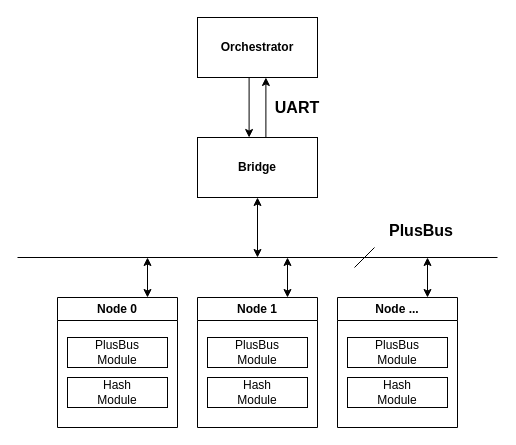
Before: figures/prototype/high_level_overview/high_level_overview.drawio in Niclasapdk/ESD3_project, a draw.io diagram. Source tidied: cells renumbered, new cells numbered last; positions are measured from the earlier drawing's top-left corner, leaving out a move shared by most shapes. Both pictures are drawn from the tidied source at 100%, with x=0, y=0 at pixel (17, 17).
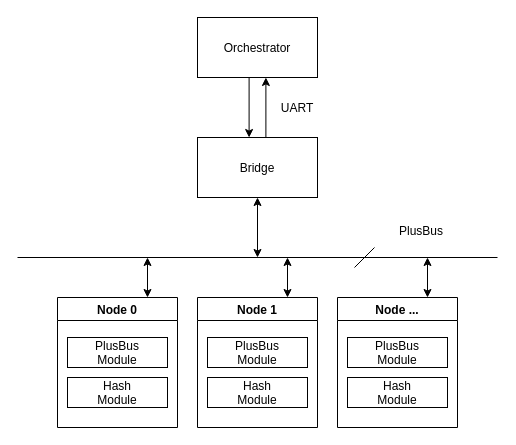
The same page after the edit.

The edit, as a diff of the source:
```diff
@@
-    <mxCell id="2" value="&lt;b&gt;Orchestrator&lt;/b&gt;" style="rounded=0;whiteSpace=wrap;html=1;points=[[0,0,0,0,0],[0,0.25,0,0,0],[0,0.5,0,0,0],[0,0.75,0,0,0],[0,1,0,0,0],[0.14,1,0,0,0],[0.25,0,0,0,0],[0.29,1,0,0,0],[0.43,1,0,0,0],[0.5,0,0,0,0],[0.57,1,0,0,0],[0.71,1,0,0,0],[0.75,0,0,0,0],[0.86,1,0,0,0],[1,0,0,0,0],[1,0.25,0,0,0],[1,0.5,0,0,0],[1,0.75,0,0,0],[1,1,0,0,0]];" parent="1" vertex="1">
+    <mxCell id="2" value="Orchestrator" style="rounded=0;points=[[0,0,0,0,0],[0,0.25,0,0,0],[0,0.5,0,0,0],[0,0.75,0,0,0],[0,1,0,0,0],[0.14,1,0,0,0],[0.25,0,0,0,0],[0.29,1,0,0,0],[0.43,1,0,0,0],[0.5,0,0,0,0],[0.57,1,0,0,0],[0.71,1,0,0,0],[0.75,0,0,0,0],[0.86,1,0,0,0],[1,0,0,0,0],[1,0.25,0,0,0],[1,0.5,0,0,0],[1,0.75,0,0,0],[1,1,0,0,0]];" parent="1" vertex="1">
       <mxGeometry x="180" width="120" height="60" as="geometry" />
     </mxCell>
-    <mxCell id="3" value="&lt;b&gt;Bridge&lt;/b&gt;" style="rounded=0;whiteSpace=wrap;html=1;points=[[0,0,0,0,0],[0,0.25,0,0,0],[0,0.5,0,0,0],[0,0.75,0,0,0],[0,1,0,0,0],[0.14,0,0,0,0],[0.25,1,0,0,0],[0.29,0,0,0,0],[0.43,0,0,0,0],[0.5,1,0,0,0],[0.57,0,0,0,0],[0.71,0,0,0,0],[0.75,1,0,0,0],[0.86,0,0,0,0],[1,0,0,0,0],[1,0.25,0,0,0],[1,0.5,0,0,0],[1,0.75,0,0,0],[1,1,0,0,0]];" parent="1" vertex="1">
+    <mxCell id="3" value="Bridge" style="rounded=0;points=[[0,0,0,0,0],[0,0.25,0,0,0],[0,0.5,0,0,0],[0,0.75,0,0,0],[0,1,0,0,0],[0.14,0,0,0,0],[0.25,1,0,0,0],[0.29,0,0,0,0],[0.43,0,0,0,0],[0.5,1,0,0,0],[0.57,0,0,0,0],[0.71,0,0,0,0],[0.75,1,0,0,0],[0.86,0,0,0,0],[1,0,0,0,0],[1,0.25,0,0,0],[1,0.5,0,0,0],[1,0.75,0,0,0],[1,1,0,0,0]];" parent="1" vertex="1">
       <mxGeometry x="180" y="120" width="120" height="60" as="geometry" />
     </mxCell>
-    <mxCell id="4" style="endArrow=classic;html=1;rounded=0;exitX=0.43;exitY=1;exitDx=0;exitDy=0;entryX=0.43;entryY=0;entryDx=0;entryDy=0;exitPerimeter=0;entryPerimeter=0;" parent="1" edge="1" source="2" target="3">
+    <mxCell id="4" style="endArrow=classic;rounded=0;exitX=0.43;exitY=1;exitDx=0;exitDy=0;entryX=0.43;entryY=0;entryDx=0;entryDy=0;exitPerimeter=0;entryPerimeter=0;" parent="1" edge="1" source="2" target="3">
       <mxGeometry relative="1" as="geometry" />
     </mxCell>
-    <mxCell id="5" style="endArrow=classic;html=1;rounded=0;exitX=0.57;exitY=0;exitDx=0;exitDy=0;entryX=0.57;entryY=1;entryDx=0;entryDy=0;entryPerimeter=0;exitPerimeter=0;" parent="1" edge="1" source="3" target="2">
+    <mxCell id="5" style="endArrow=classic;rounded=0;exitX=0.57;exitY=0;exitDx=0;exitDy=0;entryX=0.57;entryY=1;entryDx=0;entryDy=0;entryPerimeter=0;exitPerimeter=0;" parent="1" edge="1" source="3" target="2">
       <mxGeometry relative="1" as="geometry" />
     </mxCell>
-    <mxCell id="6" value="&lt;b&gt;&lt;font style=&quot;font-size: 16px;&quot;&gt;UART&lt;/font&gt;&lt;/b&gt;" style="text;html=1;strokeColor=none;fillColor=none;align=center;verticalAlign=middle;whiteSpace=wrap;rounded=0;" parent="1" vertex="1">
+    <mxCell id="6" value="UART" style="text;strokeColor=none;fillColor=none;align=center;verticalAlign=middle;rounded=0;" parent="1" vertex="1">
       <mxGeometry x="260" y="80" width="40" height="20" as="geometry" />
     </mxCell>
-    <mxCell id="7" style="endArrow=none;html=1;rounded=0;" parent="1" edge="1">
+    <mxCell id="7" style="endArrow=none;rounded=0;" parent="1" edge="1">
       <mxGeometry relative="1" as="geometry">
         <mxPoint y="240" as="sourcePoint" />
         <mxPoint x="480" y="240" as="targetPoint" />
       </mxGeometry>
     </mxCell>
-    <mxCell id="8" style="endArrow=classic;startArrow=classic;html=1;rounded=0;entryX=0.5;entryY=1;entryDx=0;entryDy=0;entryPerimeter=0;" parent="1" edge="1" target="3">
+    <mxCell id="8" style="endArrow=classic;startArrow=classic;rounded=0;entryX=0.5;entryY=1;entryDx=0;entryDy=0;entryPerimeter=0;" parent="1" edge="1" target="3">
       <mxGeometry relative="1" as="geometry">
         <mxPoint x="240" y="240" as="sourcePoint" />
       </mxGeometry>
     </mxCell>
-    <mxCell id="9" value="&lt;font style=&quot;font-size: 16px;&quot;&gt;&lt;b&gt;PlusBus&lt;/b&gt;&lt;/font&gt;" style="text;html=1;strokeColor=none;fillColor=none;align=center;verticalAlign=middle;whiteSpace=wrap;rounded=0;" parent="1" vertex="1">
+    <mxCell id="9" value="PlusBus" style="text;strokeColor=none;fillColor=none;align=center;verticalAlign=middle;rounded=0;" parent="1" vertex="1">
       <mxGeometry x="369" y="193" width="70" height="40" as="geometry" />
     </mxCell>
-    <mxCell id="10" style="endArrow=none;html=1;rounded=0;" parent="1" edge="1">
+    <mxCell id="10" style="endArrow=none;rounded=0;" parent="1" edge="1">
       <mxGeometry relative="1" as="geometry">
         <mxPoint x="337" y="250" as="sourcePoint" />
         <mxPoint x="357" y="230" as="targetPoint" />
       </mxGeometry>
     </mxCell>
-    <mxCell id="11" value="Node 0" style="swimlane;whiteSpace=wrap;html=1;" parent="1" vertex="1">
+    <mxCell id="11" value="Node 0" style="swimlane;" parent="1" vertex="1">
       <mxGeometry x="40" y="280" width="120" height="130" as="geometry" />
     </mxCell>
-    <mxCell id="12" value="PlusBus&lt;br&gt;Module" style="rounded=0;whiteSpace=wrap;html=1;" parent="11" vertex="1">
+    <mxCell id="12" value="PlusBus&#10;Module" style="rounded=0;" parent="11" vertex="1">
       <mxGeometry x="10" y="40" width="100" height="30" as="geometry" />
     </mxCell>
-    <mxCell id="13" value="Hash&lt;br&gt;Module" style="rounded=0;whiteSpace=wrap;html=1;" parent="11" vertex="1">
+    <mxCell id="13" value="Hash&#10;Module" style="rounded=0;" parent="11" vertex="1">
       <mxGeometry x="10" y="80" width="100" height="30" as="geometry" />
     </mxCell>
-    <mxCell id="14" style="endArrow=classic;startArrow=classic;html=1;rounded=0;exitX=0.75;exitY=0;exitDx=0;exitDy=0;" parent="1" edge="1" source="11">
+    <mxCell id="14" style="endArrow=classic;startArrow=classic;rounded=0;exitX=0.75;exitY=0;exitDx=0;exitDy=0;" parent="1" edge="1" source="11">
       <mxGeometry relative="1" as="geometry">
         <mxPoint x="130" y="240" as="targetPoint" />
       </mxGeometry>
     </mxCell>
-    <mxCell id="15" value="Node 1" style="swimlane;whiteSpace=wrap;html=1;" parent="1" vertex="1">
+    <mxCell id="15" value="Node 1" style="swimlane;" parent="1" vertex="1">
       <mxGeometry x="180" y="280" width="120" height="130" as="geometry" />
     </mxCell>
-    <mxCell id="16" value="PlusBus&lt;br&gt;Module" style="rounded=0;whiteSpace=wrap;html=1;" parent="15" vertex="1">
+    <mxCell id="16" value="PlusBus&#10;Module" style="rounded=0;" parent="15" vertex="1">
       <mxGeometry x="10" y="40" width="100" height="30" as="geometry" />
     </mxCell>
-    <mxCell id="17" value="Hash&lt;br&gt;Module" style="rounded=0;whiteSpace=wrap;html=1;" parent="15" vertex="1">
+    <mxCell id="17" value="Hash&#10;Module" style="rounded=0;" parent="15" vertex="1">
       <mxGeometry x="10" y="80" width="100" height="30" as="geometry" />
     </mxCell>
-    <mxCell id="18" style="endArrow=classic;startArrow=classic;html=1;rounded=0;exitX=0.75;exitY=0;exitDx=0;exitDy=0;" parent="1" edge="1" source="15">
+    <mxCell id="18" style="endArrow=classic;startArrow=classic;rounded=0;exitX=0.75;exitY=0;exitDx=0;exitDy=0;" parent="1" edge="1" source="15">
       <mxGeometry relative="1" as="geometry">
         <mxPoint x="270" y="240" as="targetPoint" />
       </mxGeometry>
     </mxCell>
-    <mxCell id="19" value="Node ..." style="swimlane;whiteSpace=wrap;html=1;" parent="1" vertex="1">
+    <mxCell id="19" value="Node ..." style="swimlane;" parent="1" vertex="1">
       <mxGeometry x="320" y="280" width="120" height="130" as="geometry" />
     </mxCell>
-    <mxCell id="20" value="PlusBus&lt;br&gt;Module" style="rounded=0;whiteSpace=wrap;html=1;" parent="19" vertex="1">
+    <mxCell id="20" value="PlusBus&#10;Module" style="rounded=0;" parent="19" vertex="1">
       <mxGeometry x="10" y="40" width="100" height="30" as="geometry" />
     </mxCell>
-    <mxCell id="21" value="Hash&lt;br&gt;Module" style="rounded=0;whiteSpace=wrap;html=1;" parent="19" vertex="1">
+    <mxCell id="21" value="Hash&#10;Module" style="rounded=0;" parent="19" vertex="1">
       <mxGeometry x="10" y="80" width="100" height="30" as="geometry" />
     </mxCell>
-    <mxCell id="22" style="endArrow=classic;startArrow=classic;html=1;rounded=0;exitX=0.75;exitY=0;exitDx=0;exitDy=0;" parent="1" edge="1" source="19">
+    <mxCell id="22" style="endArrow=classic;startArrow=classic;rounded=0;exitX=0.75;exitY=0;exitDx=0;exitDy=0;" parent="1" edge="1" source="19">
       <mxGeometry relative="1" as="geometry">
         <mxPoint x="410" y="240" as="targetPoint" />
       </mxGeometry>
     </mxCell>
```
